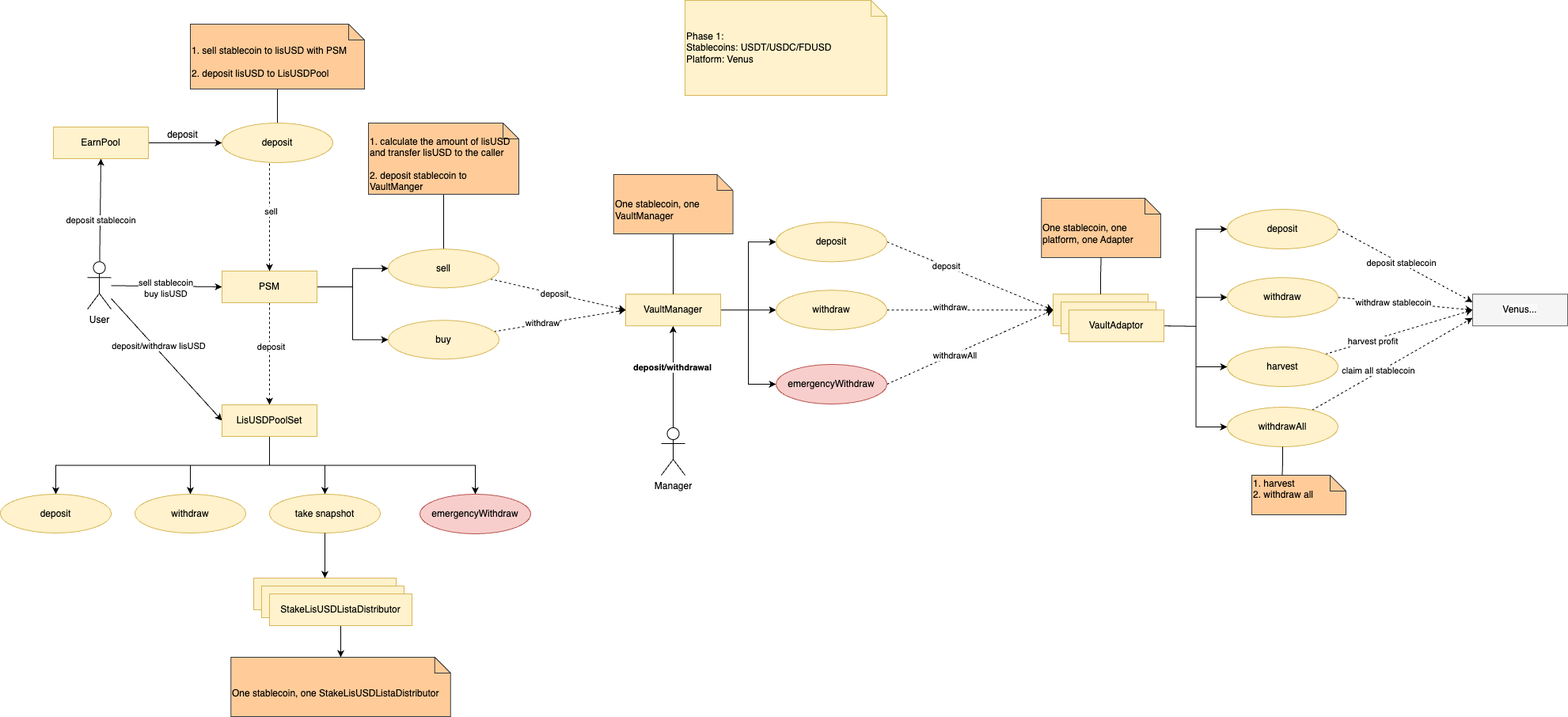
lista-dao/lista-dao-contracts keeps this draw.io diagram as diagrams/PSM.drawio.png. Above is the earlier version. Source tidied: cells renumbered, new cells last; positions are measured from the earlier drawing's top-left corner, leaving out a move shared by most shapes.
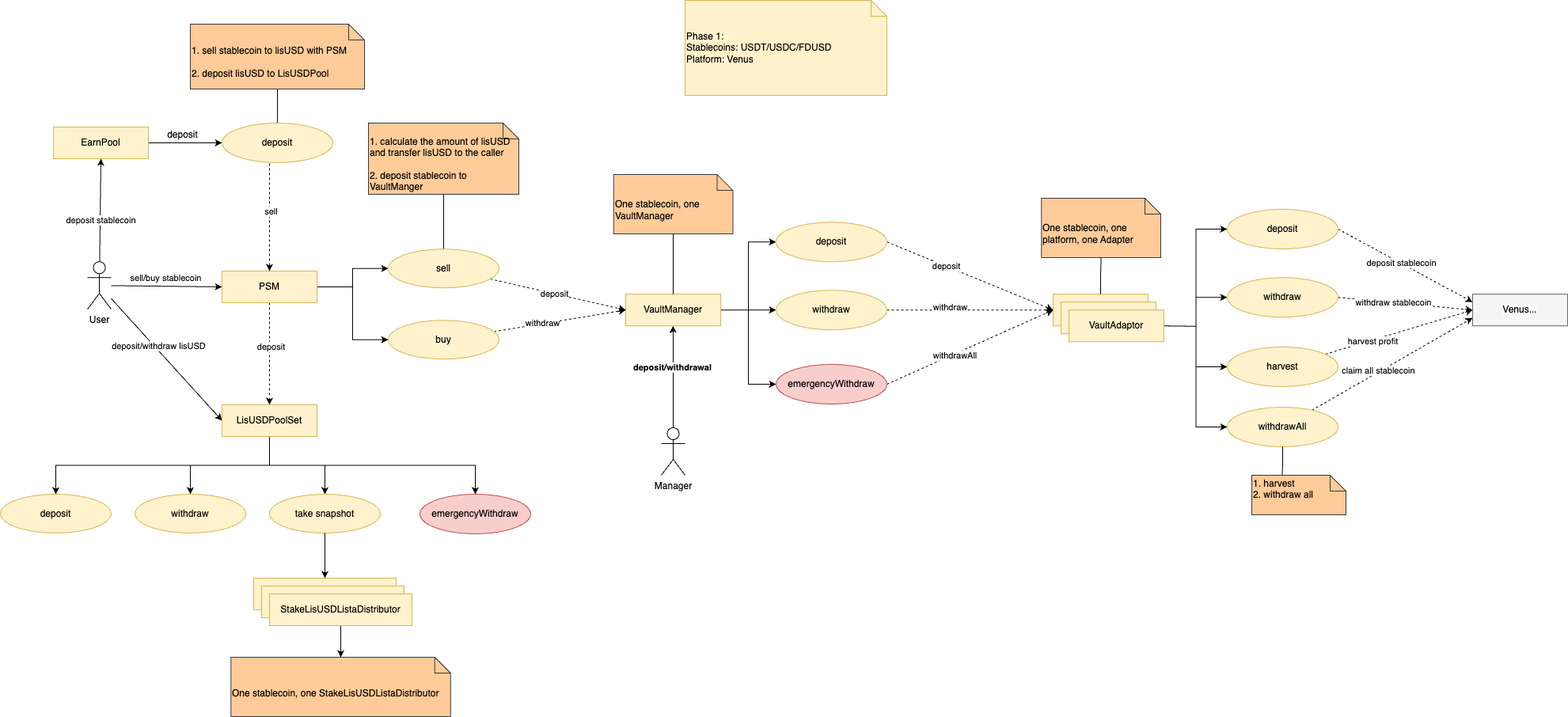
The same diagram one commit later.

Commit message:
docs: update diagram of PSM

What changed in the source:
```diff
@@ -112,8 +112,10 @@
     <mxCell id="35" style="rounded=0;jettySize=auto;html=1;entryX=0;entryY=0.5;entryDx=0;entryDy=0;" parent="1" edge="1" source="39" target="53">
       <mxGeometry relative="1" as="geometry" />
     </mxCell>
-    <mxCell id="36" value="sell stablecoin&lt;br&gt;buy lisUSD" style="edgeLabel;html=1;align=center;verticalAlign=middle;" parent="35" vertex="1">
-      <mxGeometry x="-0.02" y="-2" relative="1" as="geometry" />
+    <mxCell id="36" value="sell/buy stablecoin" style="edgeLabel;html=1;align=center;verticalAlign=middle;" parent="35" vertex="1">
+      <mxGeometry x="-0.02" y="-2" relative="1" as="geometry">
+        <mxPoint y="-13" as="offset" />
+      </mxGeometry>
     </mxCell>
     <mxCell id="37" style="rounded=0;jettySize=auto;html=1;entryX=0.5;entryY=1;entryDx=0;entryDy=0;" parent="1" edge="1" source="39" target="62">
       <mxGeometry relative="1" as="geometry" />
```
